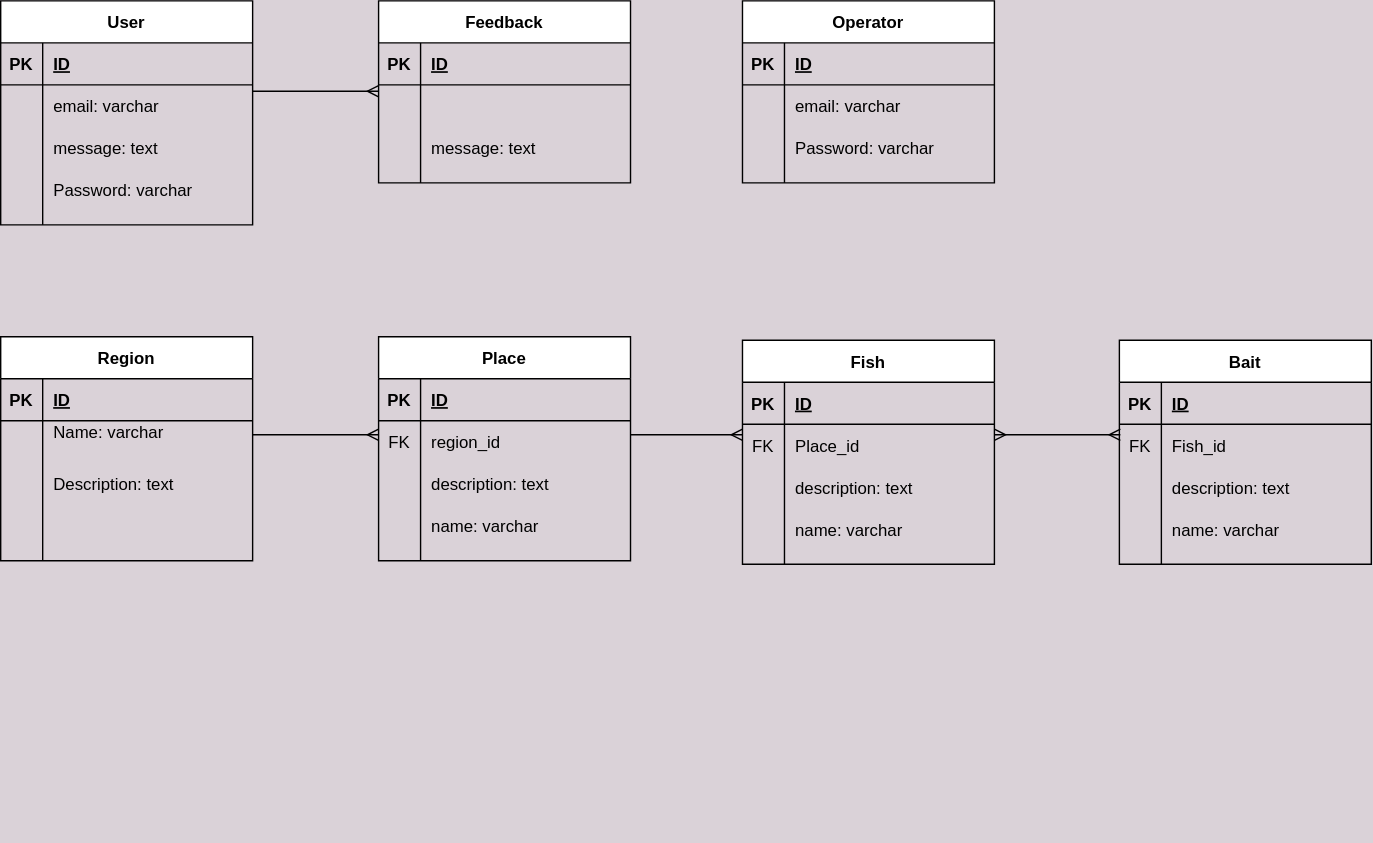
This is ER diagram.svg from Gsuslov/site, a draw.io export, as it was before one commit. Source tidied: cells renumbered, new cells last; positions are measured from the earlier drawing's top-left corner, leaving out a move shared by most shapes.
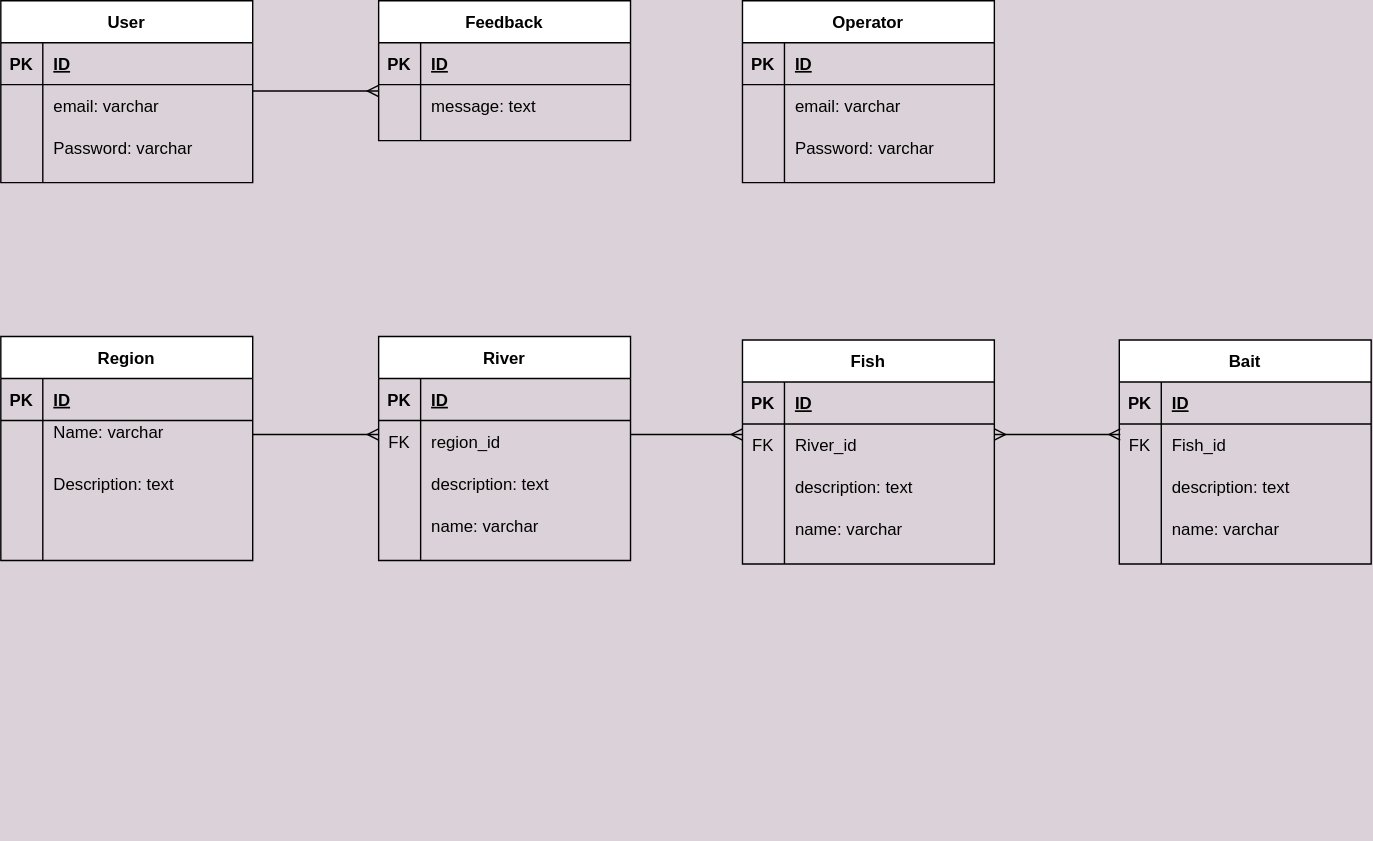
The same diagram one commit later.

Diff of the diagram source:
```diff
@@ -6,7 +6,7 @@
       <mxGeometry x="160" y="560" width="110" height="40" as="geometry" />
     </mxCell>
     <mxCell id="3" value="User" style="shape=table;startSize=30;rowLines=0;fontStyle=1;align=center;" parent="1" vertex="1">
-      <mxGeometry width="180" height="160" as="geometry" />
+      <mxGeometry width="180" height="130" as="geometry" />
     </mxCell>
     <mxCell id="4" style="shape=partialRectangle;fillColor=none;top=0;left=0;bottom=1;right=0;" parent="3" vertex="1">
       <mxGeometry y="30" width="180" height="30" as="geometry" />
@@ -29,14 +29,14 @@
     <mxCell id="10" style="shape=partialRectangle;fillColor=none;top=0;left=0;bottom=0;right=0;" parent="3" vertex="1">
       <mxGeometry y="90" width="180" height="30" as="geometry" />
     </mxCell>
-    <mxCell id="11" style="shape=partialRectangle;fillColor=none;top=0;left=0;bottom=0;right=0;overflow=hidden;" parent="10" vertex="1">
+    <mxCell id="11" value="&#10;&#10;&lt;span style=&quot;color: rgb(0, 0, 0); font-family: helvetica; font-size: 12px; font-style: normal; font-weight: 400; letter-spacing: normal; text-align: left; text-indent: 0px; text-transform: none; word-spacing: 0px; background-color: rgb(248, 249, 250); display: inline; float: none;&quot;&gt;Password: varchar&lt;/span&gt;&#10;&#10;" style="shape=partialRectangle;fillColor=none;top=0;left=0;bottom=0;right=0;overflow=hidden;" parent="10" vertex="1">
       <mxGeometry width="30" height="30" as="geometry" />
     </mxCell>
-    <mxCell id="12" value="message: text" style="shape=partialRectangle;fillColor=none;top=0;left=0;bottom=0;right=0;align=left;spacingLeft=6;overflow=hidden;" parent="10" vertex="1">
+    <mxCell id="12" value="Password: varchar" style="shape=partialRectangle;fillColor=none;top=0;left=0;bottom=0;right=0;align=left;spacingLeft=6;overflow=hidden;" parent="10" vertex="1">
       <mxGeometry x="30" width="150" height="30" as="geometry" />
     </mxCell>
     <mxCell id="13" value="Feedback" style="shape=table;startSize=30;rowLines=0;fontStyle=1;align=center;" parent="1" vertex="1">
-      <mxGeometry x="270" width="180" height="130" as="geometry" />
+      <mxGeometry x="270" width="180" height="100" as="geometry" />
     </mxCell>
     <mxCell id="14" style="shape=partialRectangle;fillColor=none;top=0;left=0;bottom=1;right=0;" parent="13" vertex="1">
       <mxGeometry y="30" width="180" height="30" as="geometry" />
@@ -53,18 +53,9 @@
     <mxCell id="18" style="shape=partialRectangle;fillColor=none;top=0;left=0;bottom=0;right=0;overflow=hidden;" parent="17" vertex="1">
       <mxGeometry width="30" height="30" as="geometry" />
     </mxCell>
-    <mxCell id="19" style="shape=partialRectangle;fillColor=none;top=0;left=0;bottom=0;right=0;align=left;spacingLeft=6;overflow=hidden;" parent="17" vertex="1">
+    <mxCell id="19" value="message: text" style="shape=partialRectangle;fillColor=none;top=0;left=0;bottom=0;right=0;align=left;spacingLeft=6;overflow=hidden;" parent="17" vertex="1">
       <mxGeometry x="30" width="150" height="30" as="geometry" />
     </mxCell>
-    <mxCell id="20" style="shape=partialRectangle;fillColor=none;top=0;left=0;bottom=0;right=0;" parent="13" vertex="1">
-      <mxGeometry y="90" width="180" height="30" as="geometry" />
-    </mxCell>
-    <mxCell id="21" style="shape=partialRectangle;fillColor=none;top=0;left=0;bottom=0;right=0;overflow=hidden;" parent="20" vertex="1">
-      <mxGeometry width="30" height="30" as="geometry" />
-    </mxCell>
-    <mxCell id="22" value="message: text" style="shape=partialRectangle;fillColor=none;top=0;left=0;bottom=0;right=0;align=left;spacingLeft=6;overflow=hidden;" parent="20" vertex="1">
-      <mxGeometry x="30" width="150" height="30" as="geometry" />
-    </mxCell>
     <mxCell id="23" style="shape=partialRectangle;fillColor=none;top=0;left=0;bottom=0;right=0;fontStyle=1;overflow=hidden;" parent="1" vertex="1">
       <mxGeometry x="480" y="10" width="30" height="20" as="geometry" />
     </mxCell>
@@ -140,7 +131,7 @@
     <mxCell id="47" style="shape=partialRectangle;fillColor=none;top=0;left=0;bottom=0;right=0;align=left;spacingLeft=6;overflow=hidden;" parent="45" vertex="1">
       <mxGeometry x="30" width="150" height="30" as="geometry" />
     </mxCell>
-    <mxCell id="48" value="Place" style="shape=table;startSize=30;rowLines=0;fontStyle=1;align=center;" parent="1" vertex="1">
+    <mxCell id="48" value="River" style="shape=table;startSize=30;rowLines=0;fontStyle=1;align=center;" parent="1" vertex="1">
       <mxGeometry x="270" y="240" width="180" height="160" as="geometry" />
     </mxCell>
     <mxCell id="49" style="shape=partialRectangle;fillColor=none;top=0;left=0;bottom=1;right=0;" parent="48" vertex="1">
@@ -197,7 +188,7 @@
     <mxCell id="66" value="FK" style="shape=partialRectangle;fillColor=none;top=0;left=0;bottom=0;right=0;overflow=hidden;" parent="65" vertex="1">
       <mxGeometry width="30" height="30" as="geometry" />
     </mxCell>
-    <mxCell id="67" value="Place_id" style="shape=partialRectangle;fillColor=none;top=0;left=0;bottom=0;right=0;align=left;spacingLeft=6;overflow=hidden;" parent="65" vertex="1">
+    <mxCell id="67" value="River_id" style="shape=partialRectangle;fillColor=none;top=0;left=0;bottom=0;right=0;align=left;spacingLeft=6;overflow=hidden;" parent="65" vertex="1">
       <mxGeometry x="30" width="150" height="30" as="geometry" />
     </mxCell>
     <mxCell id="68" style="shape=partialRectangle;fillColor=none;top=0;left=0;bottom=0;right=0;" parent="61" vertex="1">
@@ -274,15 +265,6 @@
         <mxPoint x="800" y="310" as="targetPoint" />
       </mxGeometry>
     </mxCell>
-    <mxCell id="90" style="shape=partialRectangle;fillColor=none;top=0;left=0;bottom=0;right=0;" parent="1" vertex="1">
-      <mxGeometry y="120" width="180" height="30" as="geometry" />
-    </mxCell>
-    <mxCell id="91" style="shape=partialRectangle;fillColor=none;top=0;left=0;bottom=0;right=0;overflow=hidden;" parent="90" vertex="1">
-      <mxGeometry width="30" height="30" as="geometry" />
-    </mxCell>
-    <mxCell id="92" value="Password: varchar" style="shape=partialRectangle;fillColor=none;top=0;left=0;bottom=0;right=0;align=left;spacingLeft=6;overflow=hidden;" parent="90" vertex="1">
-      <mxGeometry x="30" width="150" height="30" as="geometry" />
-    </mxCell>
     <mxCell id="93" style="edgeStyle=entityRelationEdgeStyle;fontSize=12;html=1;endArrow=ERmany;rounded=0;" parent="1" edge="1">
       <mxGeometry relative="1" as="geometry">
         <mxPoint x="180" y="64.5" as="sourcePoint" />
```
